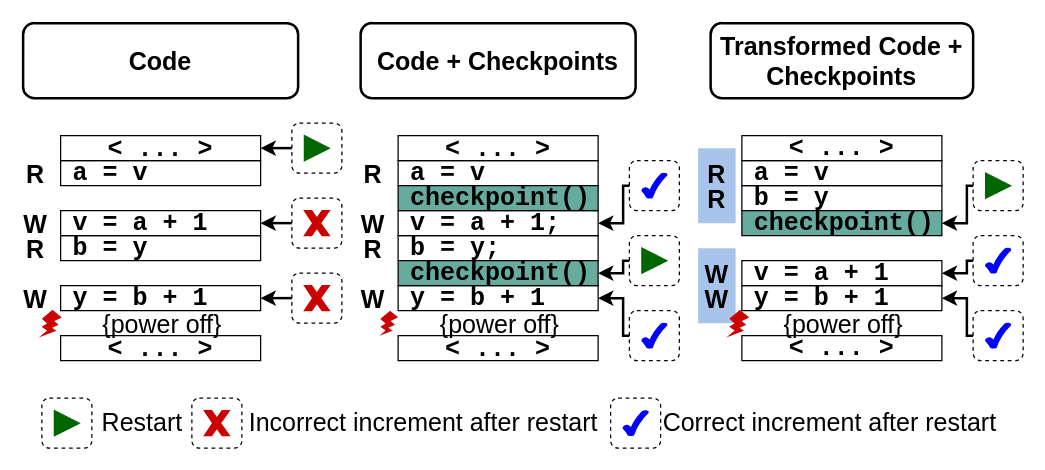
The draw.io diagram page "Page-1" (1 of 2) of figures/intermittency_example.drawio in TUDSSL/WARio, before the edit. Source tidied: cells renumbered, new cells numbered last; positions are measured from the earlier drawing's top-left corner, leaving out a move shared by most shapes. Both pictures are drawn from the tidied source at 125%, with x=0, y=0 at pixel (22, 22).
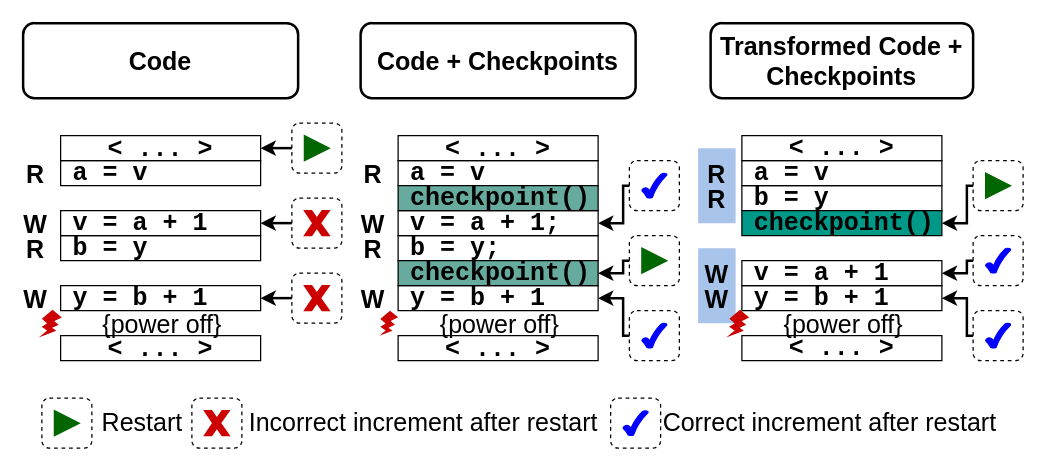
The same diagram, later.

What changed in the source:
```diff
@@
-    <mxCell id="37" value="checkpoint()" style="text;whiteSpace=wrap;html=1;fontSize=20;fontColor=#000000;verticalAlign=middle;spacing=0;spacingLeft=10;fontFamily=Courier New;fontStyle=1;strokeColor=#000000;fillColor=#67AB9F;" parent="1" vertex="1">
+    <mxCell id="37" value="checkpoint()" style="text;whiteSpace=wrap;html=1;fontSize=20;fontColor=#000000;verticalAlign=middle;spacing=0;spacingLeft=10;fontFamily=Courier New;fontStyle=1;strokeColor=#000000;fillColor=#009988;" parent="1" vertex="1">
       <mxGeometry x="575" y="150" width="160" height="20" as="geometry" />
     </mxCell>
```
